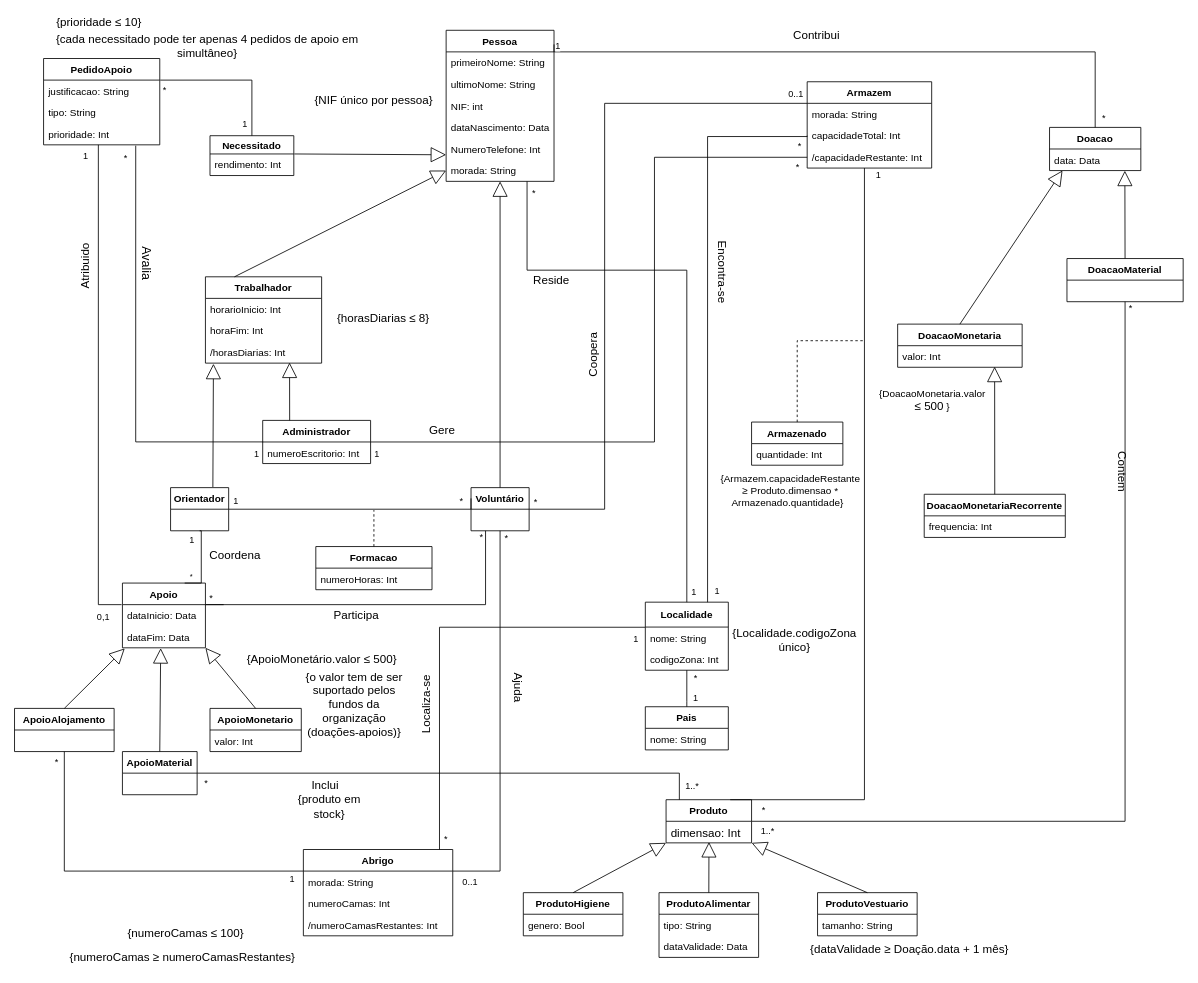
The draw.io diagram Delivery_I/diagram.drawio in francisco-rente/FEUP-BDAD, before the edit. Source tidied: cells renumbered, new cells numbered last; positions are measured from the earlier drawing's top-left corner, leaving out a move shared by most shapes. Both pictures are drawn from the tidied source at 83%, with x=0, y=0 at pixel (14, 16).
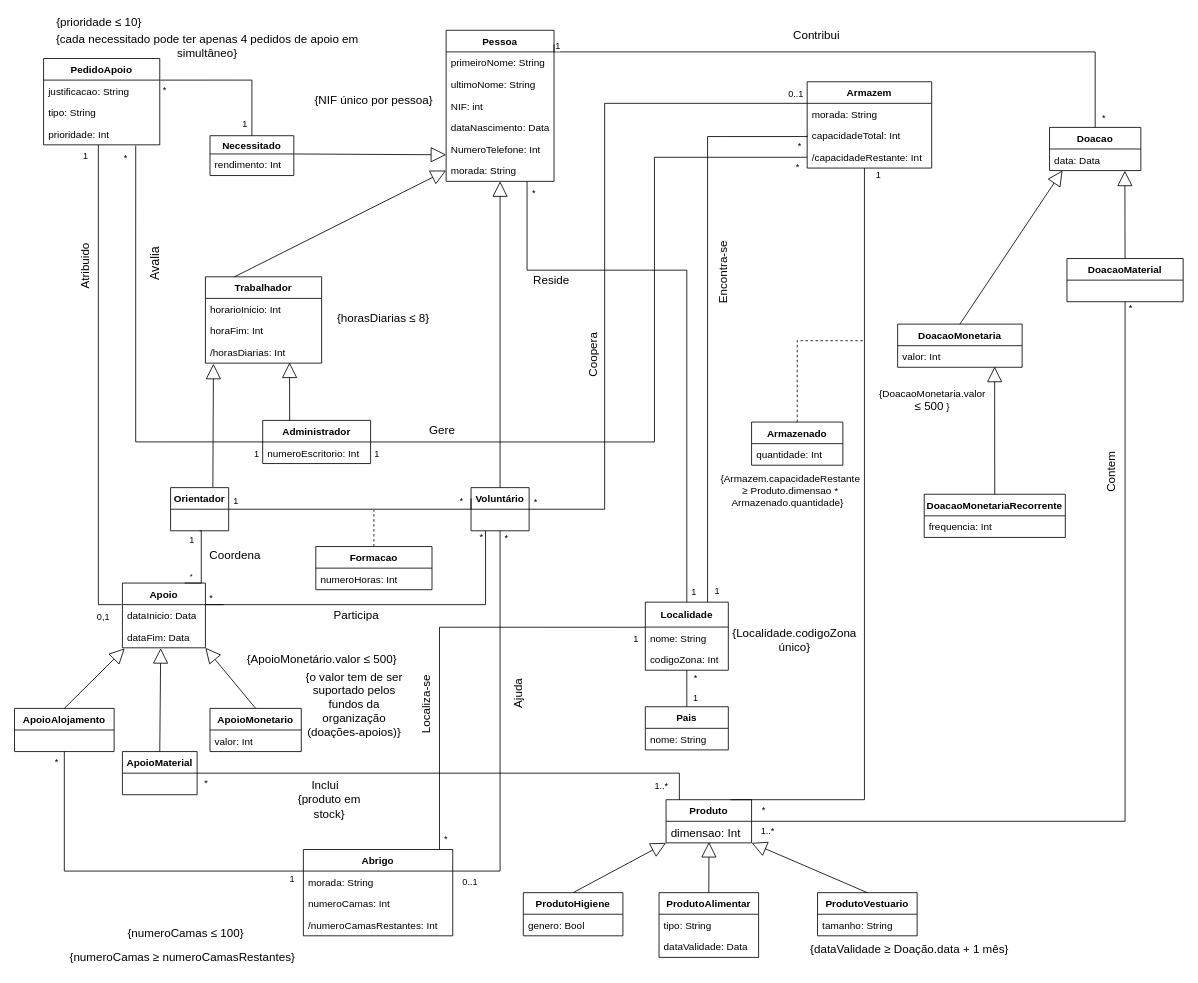
The same diagram, later.

The change refers to these unchanged cells:
```xml
<mxCell id="88" style="endArrow=none;html=1;edgeStyle=orthogonalEdgeStyle;strokeColor=#000000;rounded=0;exitX=1;exitY=0.5;exitDx=0;exitDy=0;" parent="1" edge="1" source="22">
  <mxGeometry x="41" y="26" as="geometry">
    <mxPoint x="801" y="944" as="targetPoint" />
    <Array as="points">
      <mxPoint x="801" y="912" />
    </Array>
  </mxGeometry>
</mxCell>
```

What changed in the source:
```diff
@@
     <mxCell id="90" value="1..*" style="edgeLabel;html=1;align=right;verticalAlign=bottom;" parent="88" vertex="1">
       <mxGeometry x="1" relative="1" as="geometry">
-        <mxPoint x="24" y="-8" as="offset" />
+        <mxPoint x="-13" y="-9.1" as="offset" />
       </mxGeometry>
     </mxCell>
@@
-    <mxCell id="144" value="&lt;font style=&quot;font-size: 15px&quot;&gt;Avalia&lt;/font&gt;" style="text;html=1;strokeColor=none;fillColor=none;align=center;verticalAlign=middle;whiteSpace=wrap;rounded=0;rotation=90;" parent="1" vertex="1">
-      <mxGeometry x="140" y="288" width="40" height="20" as="geometry" />
+    <mxCell id="144" value="&lt;font style=&quot;font-size: 15px&quot;&gt;Avalia&lt;/font&gt;" style="text;html=1;strokeColor=none;fillColor=none;align=center;verticalAlign=middle;whiteSpace=wrap;rounded=0;rotation=-90;" parent="1" vertex="1">
+      <mxGeometry x="148" y="288" width="40" height="20" as="geometry" />
     </mxCell>
@@
-    <mxCell id="148" value="Ajuda" style="text;html=1;strokeColor=none;fillColor=none;align=center;verticalAlign=middle;whiteSpace=wrap;rounded=0;fontSize=14;rotation=90;" parent="1" vertex="1">
-      <mxGeometry x="587" y="799" width="40" height="20" as="geometry" />
+    <mxCell id="148" value="Ajuda" style="text;html=1;strokeColor=none;fillColor=none;align=center;verticalAlign=middle;whiteSpace=wrap;rounded=0;fontSize=14;rotation=-90;" parent="1" vertex="1">
+      <mxGeometry x="587" y="806" width="40" height="20" as="geometry" />
     </mxCell>
@@
-    <mxCell id="152" value="Encontra-se" style="text;html=1;strokeColor=none;fillColor=none;align=center;verticalAlign=middle;whiteSpace=wrap;rounded=0;fontSize=14;rotation=90;" parent="1" vertex="1">
+    <mxCell id="152" value="Encontra-se" style="text;html=1;strokeColor=none;fillColor=none;align=center;verticalAlign=middle;whiteSpace=wrap;rounded=0;fontSize=14;rotation=-90;" parent="1" vertex="1">
       <mxGeometry x="811" y="298.5" width="85" height="20" as="geometry" />
     </mxCell>
@@
-    <mxCell id="154" value="Contem" style="text;html=1;strokeColor=none;fillColor=none;align=center;verticalAlign=middle;whiteSpace=wrap;rounded=0;fontSize=14;rotation=90;" parent="1" vertex="1">
-      <mxGeometry x="1315" y="539" width="40" height="20" as="geometry" />
+    <mxCell id="154" value="Contem" style="text;html=1;strokeColor=none;fillColor=none;align=center;verticalAlign=middle;whiteSpace=wrap;rounded=0;fontSize=14;rotation=-90;" parent="1" vertex="1">
+      <mxGeometry x="1301" y="539" width="40" height="20" as="geometry" />
     </mxCell>
```
